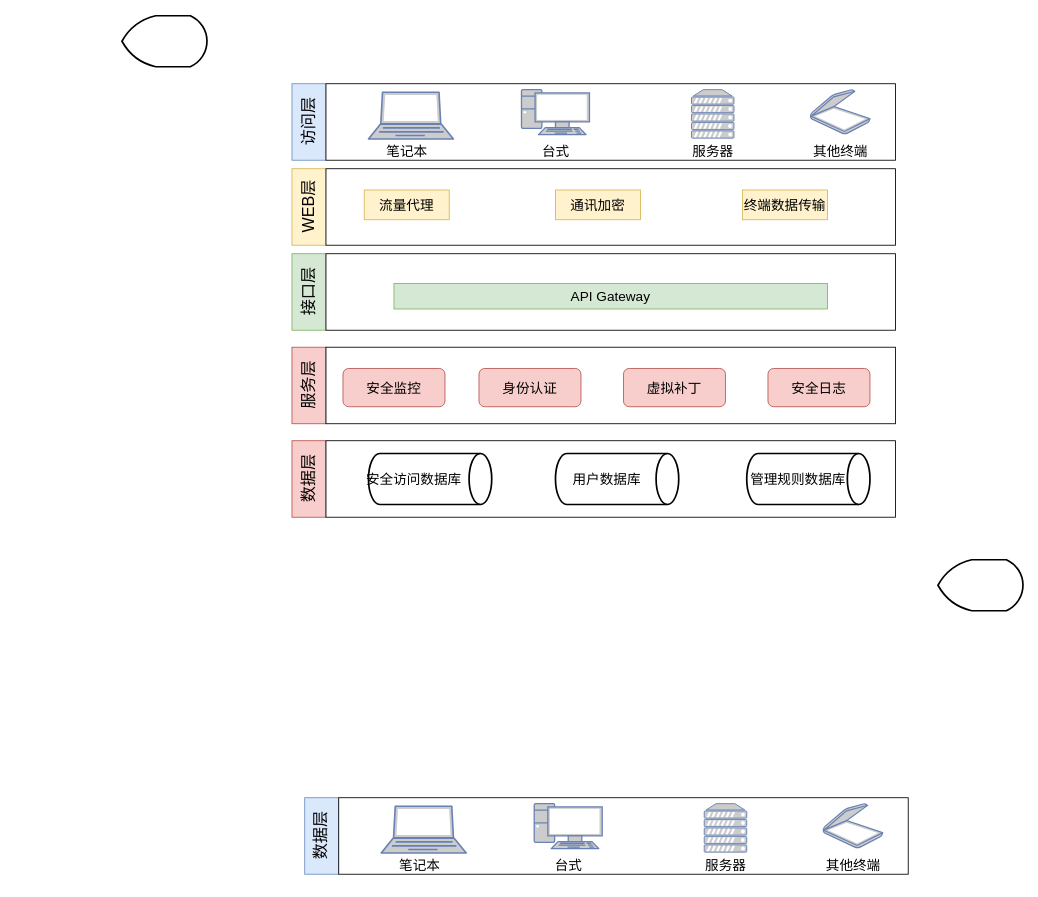
Moose1273/- keeps this draw.io diagram as testDirectory/系统框架.drawio. Above is the earlier version. Source tidied: cells renumbered, new cells numbered last; positions are measured from the earlier drawing's top-left corner, leaving out a move shared by most shapes. Both pictures are drawn from the tidied source at 85%, with x=0, y=0 at pixel (122, 15).
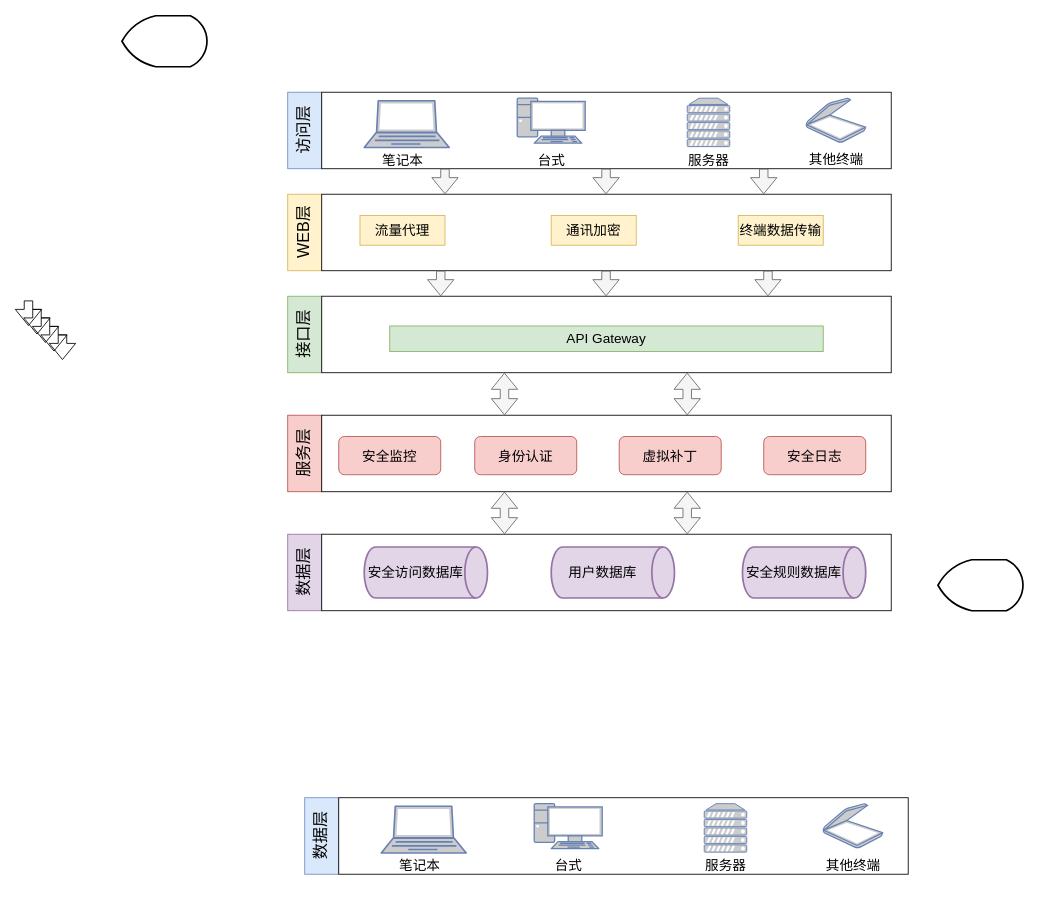
After the change.

Commit message:
更新系统框架.drawio

What changed in the source:
```diff
@@
     <mxCell id="2" style="rounded=0;whiteSpace=wrap;html=1;fillColor=#dae8fc;strokeColor=#6c8ebf;" parent="1" vertex="1">
-      <mxGeometry x="200" y="80" width="40" height="90" as="geometry" />
+      <mxGeometry x="195" y="90" width="40" height="90" as="geometry" />
     </mxCell>
     <mxCell id="3" style="rounded=0;whiteSpace=wrap;html=1;" parent="1" vertex="1">
-      <mxGeometry x="240" y="80" width="670" height="90" as="geometry" />
+      <mxGeometry x="235" y="90" width="670" height="90" as="geometry" />
     </mxCell>
     <mxCell id="4" value="&lt;font style=&quot;font-size: 19px;&quot;&gt;访问层&lt;/font&gt;" style="text;html=1;align=center;verticalAlign=middle;strokeColor=none;fillColor=none;rotation=-90;" parent="1" vertex="1">
-      <mxGeometry x="180" y="105" width="80" height="40" as="geometry" />
+      <mxGeometry x="175" y="115" width="80" height="40" as="geometry" />
     </mxCell>
     <mxCell id="5" style="fontColor=#0066CC;verticalAlign=top;verticalLabelPosition=bottom;labelPosition=center;align=center;html=1;fillColor=#CCCCCC;strokeColor=#6881B3;gradientColor=none;gradientDirection=north;strokeWidth=2;shape=mxgraph.networks.laptop;fontSize=19;" parent="1" vertex="1">
-      <mxGeometry x="290" y="90" width="100" height="55" as="geometry" />
+      <mxGeometry x="285" y="100" width="100" height="55" as="geometry" />
     </mxCell>
     <mxCell id="6" value="&lt;font style=&quot;font-size: 16px;&quot;&gt;笔记本&lt;/font&gt;" style="text;html=1;align=center;verticalAlign=middle;strokeColor=none;fillColor=none;fontSize=19;" parent="1" vertex="1">
-      <mxGeometry x="300" y="140" width="70" height="40" as="geometry" />
+      <mxGeometry x="295" y="150" width="70" height="40" as="geometry" />
     </mxCell>
     <mxCell id="7" style="fontColor=#0066CC;verticalAlign=top;verticalLabelPosition=bottom;labelPosition=center;align=center;html=1;fillColor=#CCCCCC;strokeColor=#6881B3;gradientColor=none;gradientDirection=north;strokeWidth=2;shape=mxgraph.networks.pc;fontSize=16;" parent="1" vertex="1">
-      <mxGeometry x="470" y="87" width="80" height="53" as="geometry" />
+      <mxGeometry x="465" y="97" width="80" height="53" as="geometry" />
     </mxCell>
     <mxCell id="8" value="&lt;font style=&quot;font-size: 16px;&quot;&gt;台式&lt;/font&gt;" style="text;html=1;align=center;verticalAlign=middle;strokeColor=none;fillColor=none;fontSize=19;" parent="1" vertex="1">
-      <mxGeometry x="480" y="140" width="60" height="40" as="geometry" />
+      <mxGeometry x="475" y="150" width="60" height="40" as="geometry" />
     </mxCell>
     <mxCell id="9" style="fontColor=#0066CC;verticalAlign=top;verticalLabelPosition=bottom;labelPosition=center;align=center;html=1;fillColor=#CCCCCC;strokeColor=#6881B3;gradientColor=none;gradientDirection=north;strokeWidth=2;shape=mxgraph.networks.server;fontSize=16;" parent="1" vertex="1">
-      <mxGeometry x="670" y="87" width="50" height="57" as="geometry" />
+      <mxGeometry x="665" y="97" width="50" height="57" as="geometry" />
     </mxCell>
     <mxCell id="10" value="&lt;font style=&quot;font-size: 16px;&quot;&gt;服务器&lt;/font&gt;" style="text;html=1;align=center;verticalAlign=middle;strokeColor=none;fillColor=none;fontSize=19;" parent="1" vertex="1">
-      <mxGeometry x="660" y="140" width="70" height="40" as="geometry" />
+      <mxGeometry x="655" y="150" width="70" height="40" as="geometry" />
     </mxCell>
     <mxCell id="11" style="fontColor=#0066CC;verticalAlign=top;verticalLabelPosition=bottom;labelPosition=center;align=center;html=1;fillColor=#CCCCCC;strokeColor=#6881B3;gradientColor=none;gradientDirection=north;strokeWidth=2;shape=mxgraph.networks.scanner;fontSize=16;" parent="1" vertex="1">
-      <mxGeometry x="810" y="87" width="70" height="52" as="geometry" />
+      <mxGeometry x="805" y="97" width="70" height="52" as="geometry" />
     </mxCell>
     <mxCell id="12" value="&lt;font style=&quot;font-size: 16px;&quot;&gt;其他终端&lt;/font&gt;" style="text;html=1;align=center;verticalAlign=middle;strokeColor=none;fillColor=none;fontSize=19;" parent="1" vertex="1">
-      <mxGeometry x="800" y="139" width="90" height="40" as="geometry" />
+      <mxGeometry x="795" y="149" width="90" height="40" as="geometry" />
     </mxCell>
     <mxCell id="13" style="rounded=0;whiteSpace=wrap;html=1;fillColor=#fff2cc;strokeColor=#d6b656;" parent="1" vertex="1">
-      <mxGeometry x="200" y="180" width="40" height="90" as="geometry" />
+      <mxGeometry x="195" y="210" width="40" height="90" as="geometry" />
     </mxCell>
     <mxCell id="14" style="rounded=0;whiteSpace=wrap;html=1;" parent="1" vertex="1">
-      <mxGeometry x="240" y="180" width="670" height="90" as="geometry" />
+      <mxGeometry x="235" y="210" width="670" height="90" as="geometry" />
     </mxCell>
     <mxCell id="15" value="&lt;font style=&quot;font-size: 19px;&quot;&gt;WEB层&lt;/font&gt;" style="text;html=1;align=center;verticalAlign=middle;strokeColor=none;fillColor=none;rotation=-90;" parent="1" vertex="1">
-      <mxGeometry x="175" y="205" width="90" height="40" as="geometry" />
+      <mxGeometry x="170" y="235" width="90" height="40" as="geometry" />
     </mxCell>
     <mxCell id="16" style="rounded=0;whiteSpace=wrap;html=1;fillColor=#d5e8d4;strokeColor=#82b366;" parent="1" vertex="1">
-      <mxGeometry x="200" y="280" width="40" height="90" as="geometry" />
+      <mxGeometry x="195" y="330" width="40" height="90" as="geometry" />
     </mxCell>
     <mxCell id="17" style="rounded=0;whiteSpace=wrap;html=1;" parent="1" vertex="1">
-      <mxGeometry x="240" y="280" width="670" height="90" as="geometry" />
+      <mxGeometry x="235" y="330" width="670" height="90" as="geometry" />
     </mxCell>
     <mxCell id="18" value="&lt;font style=&quot;font-size: 19px;&quot;&gt;接口层&lt;/font&gt;" style="text;html=1;align=center;verticalAlign=middle;strokeColor=none;fillColor=none;rotation=-90;" parent="1" vertex="1">
-      <mxGeometry x="180" y="305" width="80" height="40" as="geometry" />
+      <mxGeometry x="175" y="355" width="80" height="40" as="geometry" />
     </mxCell>
     <mxCell id="19" style="rounded=0;whiteSpace=wrap;html=1;fillColor=#f8cecc;strokeColor=#b85450;" parent="1" vertex="1">
-      <mxGeometry x="200" y="390" width="40" height="90" as="geometry" />
+      <mxGeometry x="195" y="470" width="40" height="90" as="geometry" />
     </mxCell>
     <mxCell id="20" style="rounded=0;whiteSpace=wrap;html=1;" parent="1" vertex="1">
-      <mxGeometry x="240" y="390" width="670" height="90" as="geometry" />
+      <mxGeometry x="235" y="470" width="670" height="90" as="geometry" />
     </mxCell>
     <mxCell id="21" value="&lt;font style=&quot;font-size: 19px;&quot;&gt;服务层&lt;/font&gt;" style="text;html=1;align=center;verticalAlign=middle;strokeColor=none;fillColor=none;rotation=-90;" parent="1" vertex="1">
-      <mxGeometry x="180" y="415" width="80" height="40" as="geometry" />
+      <mxGeometry x="175" y="495" width="80" height="40" as="geometry" />
     </mxCell>
@@
     <mxCell id="33" value="流量代理" style="rounded=0;whiteSpace=wrap;html=1;fontSize=16;fillColor=#fff2cc;strokeColor=#d6b656;" parent="1" vertex="1">
-      <mxGeometry x="285" y="205" width="100" height="35" as="geometry" />
+      <mxGeometry x="280" y="235" width="100" height="35" as="geometry" />
     </mxCell>
     <mxCell id="34" value="通讯加密" style="rounded=0;whiteSpace=wrap;html=1;fontSize=16;fillColor=#fff2cc;strokeColor=#d6b656;" parent="1" vertex="1">
-      <mxGeometry x="510" y="205" width="100" height="35" as="geometry" />
+      <mxGeometry x="505" y="235" width="100" height="35" as="geometry" />
     </mxCell>
     <mxCell id="35" value="终端数据传输" style="rounded=0;whiteSpace=wrap;html=1;fontSize=16;fillColor=#fff2cc;strokeColor=#d6b656;" parent="1" vertex="1">
-      <mxGeometry x="730" y="205" width="100" height="35" as="geometry" />
+      <mxGeometry x="725" y="235" width="100" height="35" as="geometry" />
     </mxCell>
     <mxCell id="36" value="API Gateway" style="rounded=0;whiteSpace=wrap;html=1;fontSize=16;fillColor=#d5e8d4;strokeColor=#82b366;" parent="1" vertex="1">
-      <mxGeometry x="320" y="315" width="510" height="30" as="geometry" />
+      <mxGeometry x="315" y="365" width="510" height="30" as="geometry" />
     </mxCell>
     <mxCell id="37" value="安全监控" style="rounded=1;whiteSpace=wrap;html=1;fontSize=16;fillColor=#f8cecc;strokeColor=#b85450;" parent="1" vertex="1">
-      <mxGeometry x="260" y="415" width="120" height="45" as="geometry" />
+      <mxGeometry x="255" y="495" width="120" height="45" as="geometry" />
     </mxCell>
     <mxCell id="38" value="身份认证" style="rounded=1;whiteSpace=wrap;html=1;fontSize=16;fillColor=#f8cecc;strokeColor=#b85450;" parent="1" vertex="1">
-      <mxGeometry x="420" y="415" width="120" height="45" as="geometry" />
+      <mxGeometry x="415" y="495" width="120" height="45" as="geometry" />
     </mxCell>
     <mxCell id="39" value="虚拟补丁" style="rounded=1;whiteSpace=wrap;html=1;fontSize=16;fillColor=#f8cecc;strokeColor=#b85450;" parent="1" vertex="1">
-      <mxGeometry x="590" y="415" width="120" height="45" as="geometry" />
+      <mxGeometry x="585" y="495" width="120" height="45" as="geometry" />
     </mxCell>
     <mxCell id="40" value="安全日志" style="rounded=1;whiteSpace=wrap;html=1;fontSize=16;fillColor=#f8cecc;strokeColor=#b85450;" parent="1" vertex="1">
-      <mxGeometry x="760" y="415" width="120" height="45" as="geometry" />
+      <mxGeometry x="755" y="495" width="120" height="45" as="geometry" />
     </mxCell>
-    <mxCell id="41" style="rounded=0;whiteSpace=wrap;html=1;fillColor=#f8cecc;strokeColor=#b85450;" parent="1" vertex="1">
-      <mxGeometry x="200" y="500" width="40" height="90" as="geometry" />
+    <mxCell id="41" style="rounded=0;whiteSpace=wrap;html=1;fillColor=#e1d5e7;strokeColor=#9673a6;" parent="1" vertex="1">
+      <mxGeometry x="195" y="610" width="40" height="90" as="geometry" />
     </mxCell>
     <mxCell id="42" style="rounded=0;whiteSpace=wrap;html=1;" parent="1" vertex="1">
-      <mxGeometry x="240" y="500" width="670" height="90" as="geometry" />
+      <mxGeometry x="235" y="610" width="670" height="90" as="geometry" />
     </mxCell>
     <mxCell id="43" value="&lt;font style=&quot;font-size: 19px;&quot;&gt;数据层&lt;/font&gt;" style="text;html=1;align=center;verticalAlign=middle;strokeColor=none;fillColor=none;rotation=-90;" parent="1" vertex="1">
-      <mxGeometry x="180" y="525" width="80" height="40" as="geometry" />
+      <mxGeometry x="175" y="635" width="80" height="40" as="geometry" />
     </mxCell>
-    <mxCell id="44" style="strokeWidth=2;html=1;shape=mxgraph.flowchart.direct_data;whiteSpace=wrap;fontSize=16;" parent="1" vertex="1">
-      <mxGeometry x="290" y="515" width="145" height="60" as="geometry" />
+    <mxCell id="44" style="strokeWidth=2;html=1;shape=mxgraph.flowchart.direct_data;whiteSpace=wrap;fontSize=16;fillColor=#e1d5e7;strokeColor=#9673a6;" parent="1" vertex="1">
+      <mxGeometry x="285" y="625" width="145" height="60" as="geometry" />
     </mxCell>
     <mxCell id="45" value="&lt;span style=&quot;&quot;&gt;安全访问数据库&lt;/span&gt;" style="text;html=1;align=center;verticalAlign=middle;strokeColor=none;fillColor=none;fontSize=16;" parent="1" vertex="1">
-      <mxGeometry x="272.5" y="530" width="140" height="30" as="geometry" />
+      <mxGeometry x="275" y="640" width="140" height="30" as="geometry" />
     </mxCell>
-    <mxCell id="46" style="strokeWidth=2;html=1;shape=mxgraph.flowchart.direct_data;whiteSpace=wrap;fontSize=16;" parent="1" vertex="1">
-      <mxGeometry x="735" y="515" width="145" height="60" as="geometry" />
+    <mxCell id="46" style="strokeWidth=2;html=1;shape=mxgraph.flowchart.direct_data;whiteSpace=wrap;fontSize=16;fillColor=#e1d5e7;strokeColor=#9673a6;" parent="1" vertex="1">
+      <mxGeometry x="730" y="625" width="145" height="60" as="geometry" />
     </mxCell>
-    <mxCell id="47" value="管理规则数据库" style="text;html=1;align=center;verticalAlign=middle;strokeColor=none;fillColor=none;fontSize=16;" parent="1" vertex="1">
-      <mxGeometry x="725" y="530" width="140" height="30" as="geometry" />
+    <mxCell id="47" value="安全规则数据库" style="text;html=1;align=center;verticalAlign=middle;strokeColor=none;fillColor=none;fontSize=16;" parent="1" vertex="1">
+      <mxGeometry x="720" y="640" width="140" height="30" as="geometry" />
     </mxCell>
-    <mxCell id="48" style="strokeWidth=2;html=1;shape=mxgraph.flowchart.direct_data;whiteSpace=wrap;fontSize=16;" parent="1" vertex="1">
-      <mxGeometry x="510" y="515" width="145" height="60" as="geometry" />
+    <mxCell id="48" style="strokeWidth=2;html=1;shape=mxgraph.flowchart.direct_data;whiteSpace=wrap;fontSize=16;fillColor=#e1d5e7;strokeColor=#9673a6;" parent="1" vertex="1">
+      <mxGeometry x="505" y="625" width="145" height="60" as="geometry" />
     </mxCell>
     <mxCell id="49" value="&lt;span style=&quot;&quot;&gt;用户数据库&lt;/span&gt;" style="text;html=1;align=center;verticalAlign=middle;strokeColor=none;fillColor=none;fontSize=16;" parent="1" vertex="1">
-      <mxGeometry x="520" y="530" width="100" height="30" as="geometry" />
+      <mxGeometry x="515" y="640" width="100" height="30" as="geometry" />
     </mxCell>
@@
+    <mxCell id="52" style="shape=flexArrow;endArrow=classic;html=1;rounded=0;fontSize=16;fillColor=#f5f5f5;strokeColor=#666666;" parent="1" edge="1">
+      <mxGeometry relative="1" as="geometry">
+        <mxPoint x="760" y="300" as="sourcePoint" />
+        <mxPoint x="760" y="330" as="targetPoint" />
+      </mxGeometry>
+    </mxCell>
+    <mxCell id="53" style="shape=flexArrow;endArrow=classic;html=1;rounded=0;fontSize=16;fillColor=#f5f5f5;strokeColor=#666666;" parent="1" edge="1">
+      <mxGeometry relative="1" as="geometry">
+        <mxPoint x="569.5" y="300" as="sourcePoint" />
+        <mxPoint x="569.5" y="330" as="targetPoint" />
+      </mxGeometry>
+    </mxCell>
+    <mxCell id="54" style="shape=flexArrow;endArrow=classic;html=1;rounded=0;fontSize=16;fillColor=#f5f5f5;strokeColor=#666666;" parent="1" edge="1">
+      <mxGeometry relative="1" as="geometry">
+        <mxPoint x="375" y="300" as="sourcePoint" />
+        <mxPoint x="375" y="330" as="targetPoint" />
+      </mxGeometry>
+    </mxCell>
+    <mxCell id="55" style="shape=flexArrow;endArrow=classic;html=1;rounded=0;fontSize=16;fillColor=#f5f5f5;strokeColor=#666666;" parent="1" edge="1">
+      <mxGeometry relative="1" as="geometry">
+        <mxPoint x="755" y="180" as="sourcePoint" />
+        <mxPoint x="755" y="210" as="targetPoint" />
+      </mxGeometry>
+    </mxCell>
+    <mxCell id="56" style="shape=flexArrow;endArrow=classic;html=1;rounded=0;fontSize=16;fillColor=#f5f5f5;strokeColor=#666666;" parent="1" edge="1">
+      <mxGeometry relative="1" as="geometry">
+        <mxPoint x="569.5" y="180" as="sourcePoint" />
+        <mxPoint x="569.5" y="210" as="targetPoint" />
+      </mxGeometry>
+    </mxCell>
+    <mxCell id="57" style="shape=flexArrow;endArrow=classic;html=1;rounded=0;fontSize=16;fillColor=#f5f5f5;strokeColor=#666666;" parent="1" edge="1">
+      <mxGeometry relative="1" as="geometry">
+        <mxPoint x="380" y="180" as="sourcePoint" />
+        <mxPoint x="380" y="210" as="targetPoint" />
+      </mxGeometry>
+    </mxCell>
+    <mxCell id="58" style="shape=flexArrow;endArrow=classic;html=1;rounded=0;fontSize=16;" parent="1" edge="1">
+      <mxGeometry relative="1" as="geometry">
+        <mxPoint x="-110" y="335" as="sourcePoint" />
+        <mxPoint x="-110" y="365" as="targetPoint" />
+      </mxGeometry>
+    </mxCell>
+    <mxCell id="59" style="shape=flexArrow;endArrow=classic;html=1;rounded=0;fontSize=16;" parent="1" edge="1">
+      <mxGeometry relative="1" as="geometry">
+        <mxPoint x="-100" y="345" as="sourcePoint" />
+        <mxPoint x="-100" y="375" as="targetPoint" />
+      </mxGeometry>
+    </mxCell>
+    <mxCell id="60" style="shape=flexArrow;endArrow=classic;html=1;rounded=0;fontSize=16;" parent="1" edge="1">
+      <mxGeometry relative="1" as="geometry">
+        <mxPoint x="-90" y="355" as="sourcePoint" />
+        <mxPoint x="-90" y="385" as="targetPoint" />
+      </mxGeometry>
+    </mxCell>
+    <mxCell id="61" style="shape=flexArrow;endArrow=classic;html=1;rounded=0;fontSize=16;" parent="1" edge="1">
+      <mxGeometry relative="1" as="geometry">
+        <mxPoint x="-80" y="365" as="sourcePoint" />
+        <mxPoint x="-80" y="395" as="targetPoint" />
+      </mxGeometry>
+    </mxCell>
+    <mxCell id="62" style="shape=flexArrow;endArrow=classic;html=1;rounded=0;fontSize=16;" parent="1" edge="1">
+      <mxGeometry relative="1" as="geometry">
+        <mxPoint x="-70" y="375" as="sourcePoint" />
+        <mxPoint x="-70" y="405" as="targetPoint" />
+      </mxGeometry>
+    </mxCell>
+    <mxCell id="63" style="shape=flexArrow;endArrow=classic;startArrow=classic;html=1;rounded=0;fontSize=16;fillColor=#f5f5f5;strokeColor=#666666;" parent="1" edge="1">
+      <mxGeometry relative="1" as="geometry">
+        <mxPoint x="450" y="470" as="sourcePoint" />
+        <mxPoint x="450" y="420" as="targetPoint" />
+      </mxGeometry>
+    </mxCell>
+    <mxCell id="64" style="shape=flexArrow;endArrow=classic;startArrow=classic;html=1;rounded=0;fontSize=16;fillColor=#f5f5f5;strokeColor=#666666;" parent="1" edge="1">
+      <mxGeometry relative="1" as="geometry">
+        <mxPoint x="665" y="470" as="sourcePoint" />
+        <mxPoint x="665" y="420" as="targetPoint" />
+      </mxGeometry>
+    </mxCell>
+    <mxCell id="65" style="shape=flexArrow;endArrow=classic;startArrow=classic;html=1;rounded=0;fontSize=16;fillColor=#f5f5f5;strokeColor=#666666;" parent="1" edge="1">
+      <mxGeometry relative="1" as="geometry">
+        <mxPoint x="665" y="610" as="sourcePoint" />
+        <mxPoint x="665" y="560" as="targetPoint" />
+      </mxGeometry>
+    </mxCell>
+    <mxCell id="66" style="shape=flexArrow;endArrow=classic;startArrow=classic;html=1;rounded=0;fontSize=16;fillColor=#f5f5f5;strokeColor=#666666;" parent="1" edge="1">
+      <mxGeometry relative="1" as="geometry">
+        <mxPoint x="450" y="610" as="sourcePoint" />
+        <mxPoint x="450" y="560" as="targetPoint" />
+      </mxGeometry>
+    </mxCell>
```
